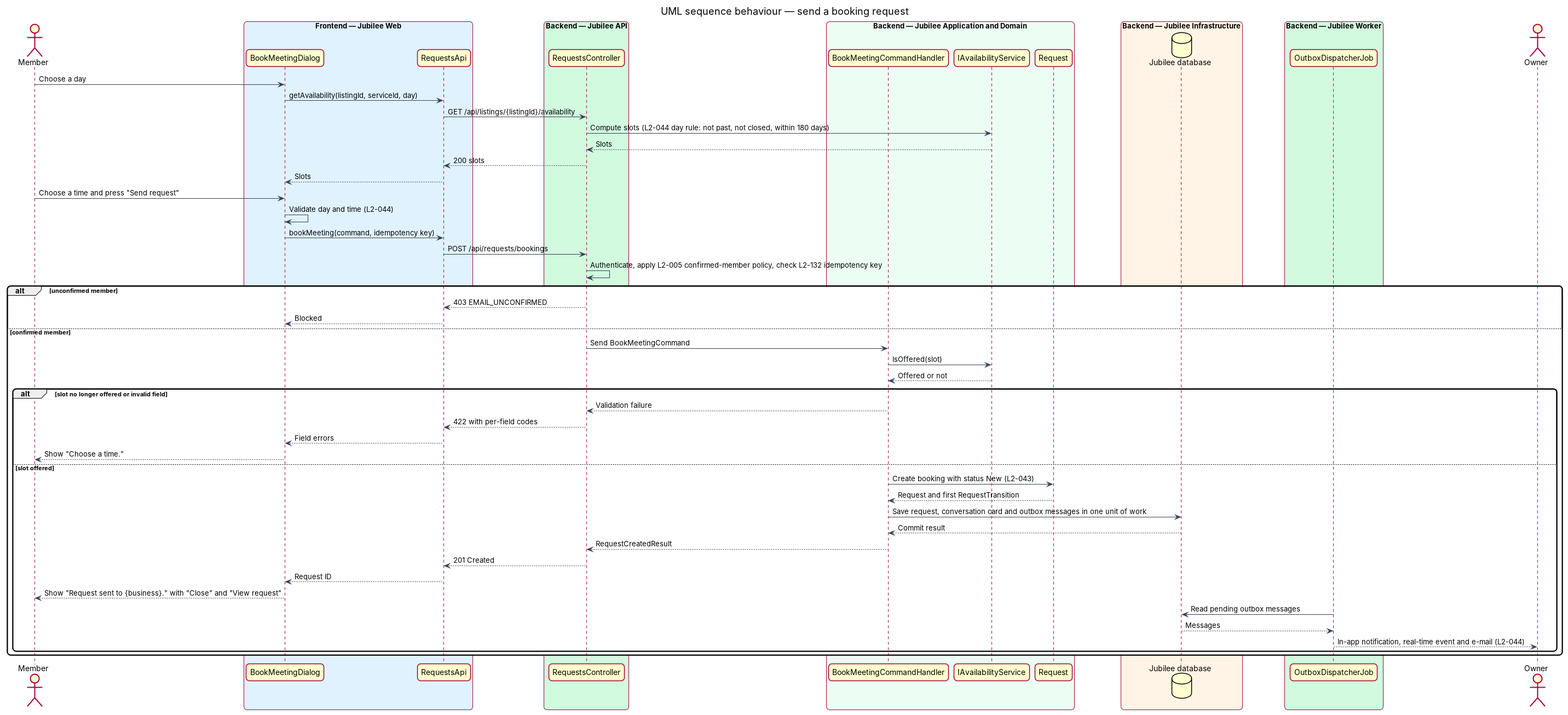
Above: docs/detailed-designs/requests/book-meeting/diagrams/sequence-book-meeting.png in QuinntyneBrown/jubilee (PlantUML), before the change. Its source is kept beside it as docs/detailed-designs/requests/book-meeting/diagrams/sequence-book-meeting.puml.
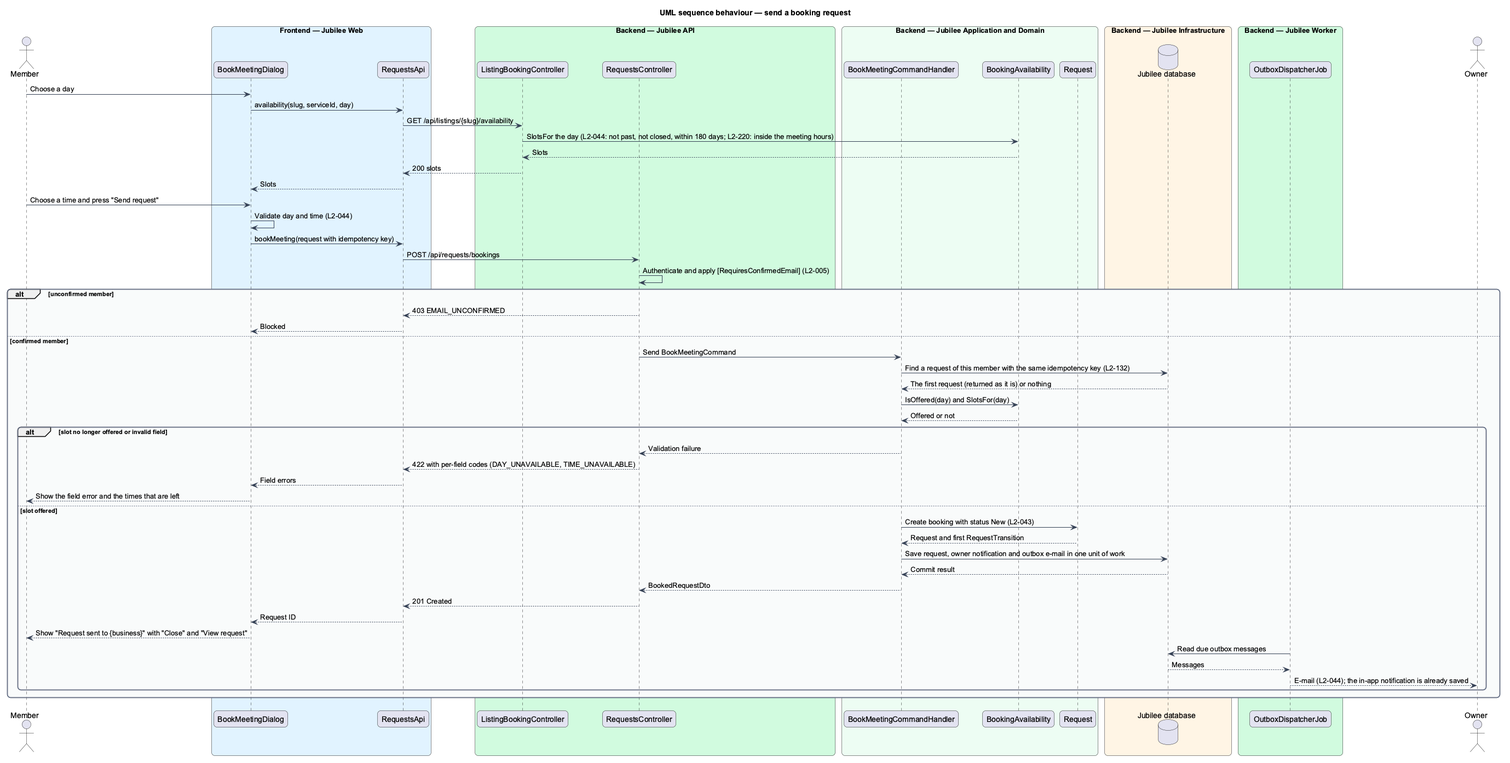
Later version of the same file.

Diff of the diagram source:
```diff
@@ -20,11 +20,12 @@
   participant "RequestsApi" as client
 end box
 box "Backend — Jubilee API" #D1FADF
+  participant "ListingBookingController" as listing
   participant "RequestsController" as controller
 end box
 box "Backend — Jubilee Application and Domain" #ECFDF3
   participant "BookMeetingCommandHandler" as handler
-  participant "IAvailabilityService" as avail
+  participant "BookingAvailability" as avail
   participant "Request" as entity
 end box
 box "Backend — Jubilee Infrastructure" #FFF4E5
@@ -35,41 +36,43 @@
 end box
 actor "Owner" as owner
 actor -> dialog : Choose a day
-dialog -> client : getAvailability(listingId, serviceId, day)
-client -> controller : GET /api/listings/{listingId}/availability
-controller -> avail : Compute slots (L2-044 day rule: not past, not closed, within 180 days)
-avail --> controller : Slots
-controller --> client : 200 slots
+dialog -> client : availability(slug, serviceId, day)
+client -> listing : GET /api/listings/{slug}/availability
+listing -> avail : SlotsFor the day (L2-044: not past, not closed, within 180 days; L2-220: inside the meeting hours)
+avail --> listing : Slots
+listing --> client : 200 slots
 client --> dialog : Slots
 actor -> dialog : Choose a time and press "Send request"
 dialog -> dialog : Validate day and time (L2-044)
-dialog -> client : bookMeeting(command, idempotency key)
+dialog -> client : bookMeeting(request with idempotency key)
 client -> controller : POST /api/requests/bookings
-controller -> controller : Authenticate, apply L2-005 confirmed-member policy, check L2-132 idempotency key
+controller -> controller : Authenticate and apply [RequiresConfirmedEmail] (L2-005)
 alt unconfirmed member
   controller --> client : 403 EMAIL_UNCONFIRMED
   client --> dialog : Blocked
 else confirmed member
   controller -> handler : Send BookMeetingCommand
-  handler -> avail : IsOffered(slot)
+  handler -> db : Find a request of this member with the same idempotency key (L2-132)
+  db --> handler : The first request (returned as it is) or nothing
+  handler -> avail : IsOffered(day) and SlotsFor(day)
   avail --> handler : Offered or not
   alt slot no longer offered or invalid field
     handler --> controller : Validation failure
-    controller --> client : 422 with per-field codes
+    controller --> client : 422 with per-field codes (DAY_UNAVAILABLE, TIME_UNAVAILABLE)
     client --> dialog : Field errors
-    dialog --> actor : Show "Choose a time."
+    dialog --> actor : Show the field error and the times that are left
   else slot offered
     handler -> entity : Create booking with status New (L2-043)
     entity --> handler : Request and first RequestTransition
-    handler -> db : Save request, conversation card and outbox messages in one unit of work
+    handler -> db : Save request, owner notification and outbox e-mail in one unit of work
     db --> handler : Commit result
-    handler --> controller : RequestCreatedResult
+    handler --> controller : BookedRequestDto
     controller --> client : 201 Created
     client --> dialog : Request ID
-    dialog --> actor : Show "Request sent to {business}." with "Close" and "View request"
-    outbox -> db : Read pending outbox messages
+    dialog --> actor : Show "Request sent to {business}" with "Close" and "View request"
+    outbox -> db : Read due outbox messages
     db --> outbox : Messages
-    outbox --> owner : In-app notification, real-time event and e-mail (L2-044)
+    outbox --> owner : E-mail (L2-044); the in-app notification is already saved
   end
 end
 @enduml
```
